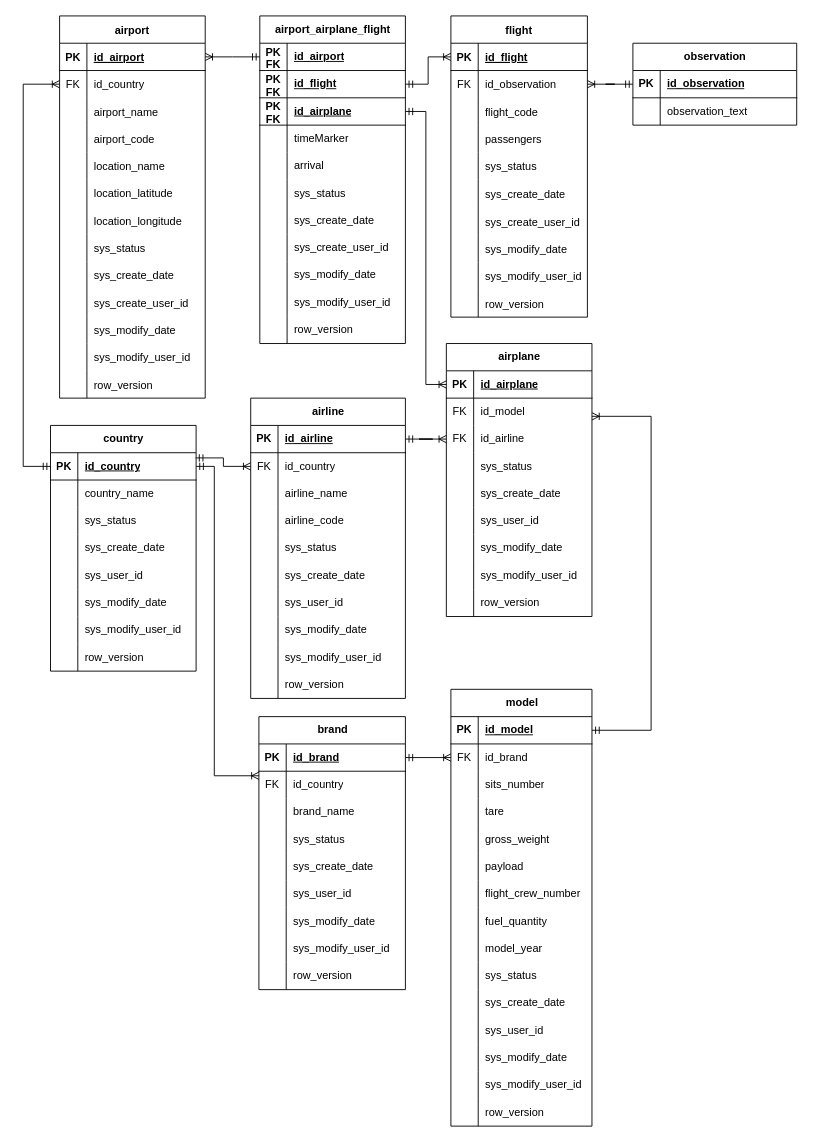
This is DER FlightRadar.drawio from DanielDuarte-Developer/ProjetoBDFlightRadar, a draw.io file, before an edit. Source tidied: cells renumbered, new cells numbered last; positions are measured from the earlier drawing's top-left corner, leaving out a move shared by most shapes. Both pictures are drawn from the tidied source at 91%, with x=0, y=0 at pixel (23, 15).
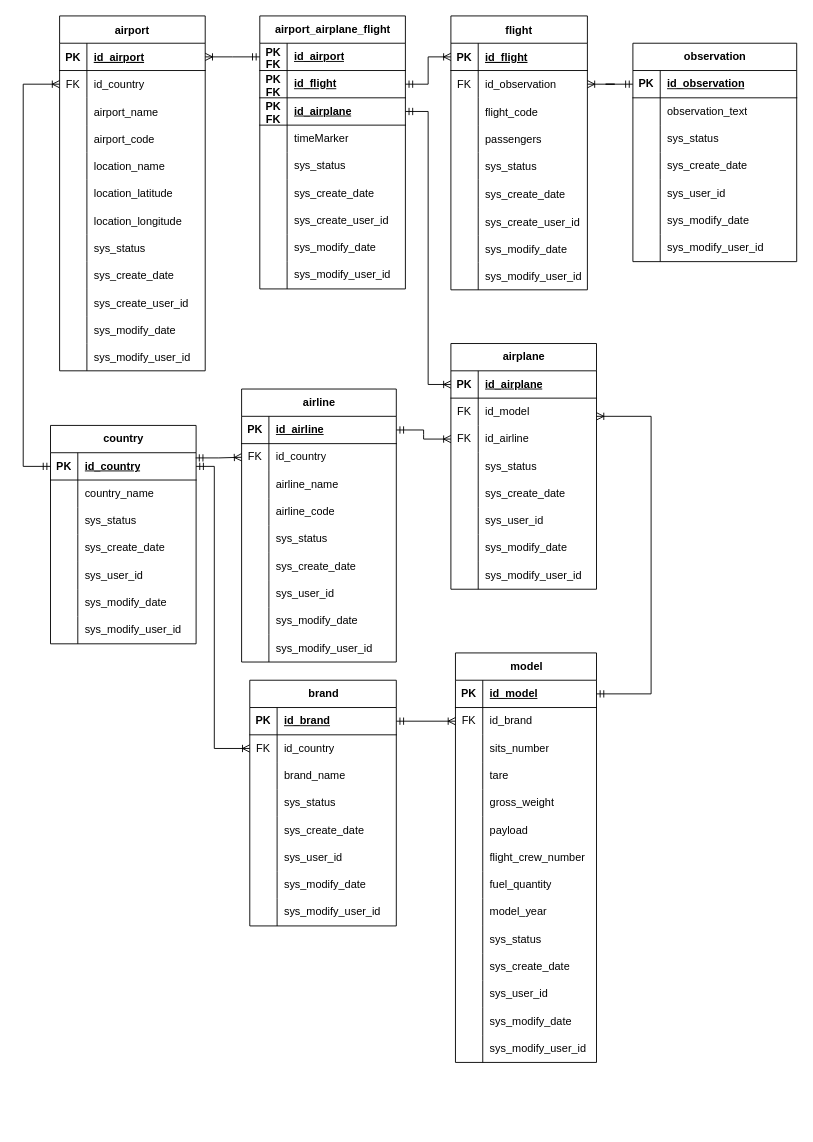
The same page after the edit.

Commit message:
Corrections to the ER Diagram

The change refers to these unchanged cells:
```xml
<mxCell id="108" style="shape=tableRow;horizontal=0;startSize=0;swimlaneHead=0;swimlaneBody=0;fillColor=none;points=[[0,0.5],[1,0.5]];portConstraint=eastwest;top=0;left=0;right=0;bottom=0;" parent="104" vertex="1">
  <mxGeometry y="60" width="160" height="30" as="geometry" />
</mxCell>
<mxCell id="133" style="shape=tableRow;horizontal=0;startSize=0;swimlaneHead=0;swimlaneBody=0;fillColor=none;points=[[0,0.5],[1,0.5]];portConstraint=eastwest;top=0;left=0;right=0;bottom=1;" parent="132" vertex="1">
  <mxGeometry y="30" width="160" height="30" as="geometry" />
</mxCell>
<mxCell id="158" style="shape=tableRow;horizontal=0;startSize=0;swimlaneHead=0;swimlaneBody=0;fillColor=none;points=[[0,0.5],[1,0.5]];portConstraint=eastwest;top=0;left=0;right=0;bottom=1;" parent="157" vertex="1">
  <mxGeometry y="30" width="155" height="30" as="geometry" />
</mxCell>
<mxCell id="207" style="shape=tableRow;horizontal=0;startSize=0;swimlaneHead=0;swimlaneBody=0;fillColor=none;points=[[0,0.5],[1,0.5]];portConstraint=eastwest;top=0;left=0;right=0;bottom=0;" parent="203" vertex="1">
  <mxGeometry y="60" width="161" height="30" as="geometry" />
</mxCell>
```

The edit, as a diff of the source:
```diff
@@
     <mxCell id="2" value="flight" style="shape=table;startSize=30;childLayout=tableLayout;rowLines=0;fontStyle=1;align=center;" parent="1" vertex="1">
-      <mxGeometry x="470" width="150" height="331" as="geometry" />
+      <mxGeometry x="470" width="150" height="301" as="geometry" />
     </mxCell>
@@
-    <mxCell id="30" style="shape=partialRectangle;fillColor=none;top=0;left=0;right=0;bottom=0;" parent="2" vertex="1">
-      <mxGeometry y="301" width="150" height="30" as="geometry" />
-    </mxCell>
-    <mxCell id="31" style="shape=partialRectangle;overflow=hidden;fillColor=none;top=0;left=0;bottom=0;right=0;" parent="30" vertex="1">
-      <mxGeometry width="30" height="30" as="geometry" />
-    </mxCell>
-    <mxCell id="32" value="row_version" style="shape=partialRectangle;overflow=hidden;fillColor=none;top=0;left=0;bottom=0;right=0;align=left;spacingLeft=6;" parent="30" vertex="1">
-      <mxGeometry x="30" width="120" height="30" as="geometry" />
-    </mxCell>
     <mxCell id="33" value="airport" style="shape=table;startSize=30;childLayout=tableLayout;rowLines=0;fontStyle=1;align=center;" parent="1" vertex="1">
-      <mxGeometry x="40" width="160" height="420" as="geometry" />
+      <mxGeometry x="40" width="160" height="390" as="geometry" />
     </mxCell>
@@
-    <mxCell id="70" style="shape=partialRectangle;fillColor=none;top=0;left=0;right=0;bottom=0;" parent="33" vertex="1">
-      <mxGeometry y="390" width="160" height="30" as="geometry" />
-    </mxCell>
-    <mxCell id="71" style="shape=partialRectangle;overflow=hidden;fillColor=none;top=0;left=0;bottom=0;right=0;" parent="70" vertex="1">
-      <mxGeometry width="30" height="30" as="geometry" />
-    </mxCell>
-    <mxCell id="72" value="row_version" style="shape=partialRectangle;overflow=hidden;fillColor=none;top=0;left=0;bottom=0;right=0;align=left;spacingLeft=6;" parent="70" vertex="1">
-      <mxGeometry x="30" width="130" height="30" as="geometry" />
-    </mxCell>
     <mxCell id="73" value="airline" style="shape=table;startSize=30;childLayout=tableLayout;rowLines=0;fontStyle=1;align=center;html=1;" parent="1" vertex="1">
-      <mxGeometry x="250" y="420" width="170" height="330" as="geometry" />
+      <mxGeometry x="240" y="410" width="170" height="300" as="geometry" />
     </mxCell>
@@
-    <mxCell id="101" style="shape=tableRow;horizontal=0;startSize=0;swimlaneHead=0;swimlaneBody=0;fillColor=none;top=0;left=0;right=0;bottom=0;" parent="73" vertex="1">
-      <mxGeometry y="300" width="170" height="30" as="geometry" />
-    </mxCell>
-    <mxCell id="102" style="shape=partialRectangle;fillColor=none;top=0;left=0;bottom=0;right=0;overflow=hidden;whiteSpace=wrap;html=1;" parent="101" vertex="1">
-      <mxGeometry width="30" height="30" as="geometry" />
-    </mxCell>
-    <mxCell id="103" value="row_version" style="shape=partialRectangle;fillColor=none;top=0;left=0;bottom=0;right=0;align=left;spacingLeft=6;overflow=hidden;whiteSpace=wrap;html=1;" parent="101" vertex="1">
-      <mxGeometry x="30" width="140" height="30" as="geometry" />
-    </mxCell>
     <mxCell id="104" value="airplane" style="shape=table;startSize=30;childLayout=tableLayout;rowLines=0;fontStyle=1;align=center;html=1;" parent="1" vertex="1">
-      <mxGeometry x="465" y="360" width="160" height="300" as="geometry" />
+      <mxGeometry x="470" y="360" width="160" height="270" as="geometry" />
     </mxCell>
@@
-    <mxCell id="129" style="shape=tableRow;horizontal=0;startSize=0;swimlaneHead=0;swimlaneBody=0;fillColor=none;top=0;left=0;right=0;bottom=0;" parent="104" vertex="1">
-      <mxGeometry y="270" width="160" height="30" as="geometry" />
-    </mxCell>
-    <mxCell id="130" style="shape=partialRectangle;fillColor=none;top=0;left=0;bottom=0;right=0;overflow=hidden;whiteSpace=wrap;html=1;" parent="129" vertex="1">
-      <mxGeometry width="30" height="30" as="geometry" />
-    </mxCell>
-    <mxCell id="131" value="row_version" style="shape=partialRectangle;fillColor=none;top=0;left=0;bottom=0;right=0;align=left;spacingLeft=6;overflow=hidden;whiteSpace=wrap;html=1;" parent="129" vertex="1">
-      <mxGeometry x="30" width="130" height="30" as="geometry" />
-    </mxCell>
     <mxCell id="132" value="country" style="shape=table;startSize=30;childLayout=tableLayout;rowLines=0;fontStyle=1;align=center;html=1;" parent="1" vertex="1">
-      <mxGeometry x="30" y="450" width="160" height="270" as="geometry" />
+      <mxGeometry x="30" y="450" width="160" height="240" as="geometry" />
     </mxCell>
@@
-    <mxCell id="154" style="shape=tableRow;horizontal=0;startSize=0;swimlaneHead=0;swimlaneBody=0;fillColor=none;top=0;left=0;right=0;bottom=0;" parent="132" vertex="1">
-      <mxGeometry y="240" width="160" height="30" as="geometry" />
-    </mxCell>
-    <mxCell id="155" style="shape=partialRectangle;fillColor=none;top=0;left=0;bottom=0;right=0;overflow=hidden;whiteSpace=wrap;html=1;" parent="154" vertex="1">
-      <mxGeometry width="30" height="30" as="geometry" />
-    </mxCell>
-    <mxCell id="156" value="row_version" style="shape=partialRectangle;fillColor=none;top=0;left=0;bottom=0;right=0;align=left;spacingLeft=6;overflow=hidden;whiteSpace=wrap;html=1;" parent="154" vertex="1">
-      <mxGeometry x="30" width="130" height="30" as="geometry" />
-    </mxCell>
     <mxCell id="157" value="model" style="shape=table;startSize=30;childLayout=tableLayout;rowLines=0;fontStyle=1;align=center;html=1;" parent="1" vertex="1">
-      <mxGeometry x="470" y="740" width="155" height="480" as="geometry" />
+      <mxGeometry x="475" y="700" width="155" height="450" as="geometry" />
     </mxCell>
@@
-    <mxCell id="200" style="shape=tableRow;horizontal=0;startSize=0;swimlaneHead=0;swimlaneBody=0;fillColor=none;top=0;left=0;right=0;bottom=0;" parent="157" vertex="1">
-      <mxGeometry y="450" width="155" height="30" as="geometry" />
-    </mxCell>
-    <mxCell id="201" style="shape=partialRectangle;fillColor=none;top=0;left=0;bottom=0;right=0;overflow=hidden;whiteSpace=wrap;html=1;" parent="200" vertex="1">
-      <mxGeometry width="30" height="30" as="geometry" />
-    </mxCell>
-    <mxCell id="202" value="row_version" style="shape=partialRectangle;fillColor=none;top=0;left=0;bottom=0;right=0;align=left;spacingLeft=6;overflow=hidden;whiteSpace=wrap;html=1;" parent="200" vertex="1">
-      <mxGeometry x="30" width="125" height="30" as="geometry" />
-    </mxCell>
     <mxCell id="203" value="brand" style="shape=table;startSize=30;childLayout=tableLayout;rowLines=0;fontStyle=1;align=center;html=1;" parent="1" vertex="1">
-      <mxGeometry x="259" y="770" width="161" height="300" as="geometry" />
+      <mxGeometry x="249" y="730" width="161" height="270" as="geometry" />
     </mxCell>
@@
-    <mxCell id="228" style="shape=tableRow;horizontal=0;startSize=0;swimlaneHead=0;swimlaneBody=0;fillColor=none;top=0;left=0;right=0;bottom=0;" parent="203" vertex="1">
-      <mxGeometry y="270" width="161" height="30" as="geometry" />
-    </mxCell>
-    <mxCell id="229" style="shape=partialRectangle;fillColor=none;top=0;left=0;bottom=0;right=0;overflow=hidden;whiteSpace=wrap;html=1;" parent="228" vertex="1">
-      <mxGeometry width="30" height="30" as="geometry" />
-    </mxCell>
-    <mxCell id="230" value="row_version" style="shape=partialRectangle;fillColor=none;top=0;left=0;bottom=0;right=0;align=left;spacingLeft=6;overflow=hidden;whiteSpace=wrap;html=1;" parent="228" vertex="1">
-      <mxGeometry x="30" width="131" height="30" as="geometry" />
-    </mxCell>
     <mxCell id="231" value="airport_airplane_flight" style="shape=table;startSize=30;childLayout=tableLayout;rowLines=0;fontStyle=1;align=center;html=1;" parent="1" vertex="1">
-      <mxGeometry x="260" width="160" height="360" as="geometry" />
+      <mxGeometry x="260" width="160" height="300" as="geometry" />
     </mxCell>
@@
-    <mxCell id="244" style="shape=tableRow;horizontal=0;startSize=0;swimlaneHead=0;swimlaneBody=0;fillColor=none;top=0;left=0;right=0;bottom=0;" parent="231" vertex="1">
-      <mxGeometry y="150" width="160" height="30" as="geometry" />
-    </mxCell>
-    <mxCell id="245" style="shape=partialRectangle;fillColor=none;top=0;left=0;bottom=0;right=0;overflow=hidden;whiteSpace=wrap;html=1;" parent="244" vertex="1">
-      <mxGeometry width="30" height="30" as="geometry" />
-    </mxCell>
-    <mxCell id="246" value="arrival" style="shape=partialRectangle;fillColor=none;top=0;left=0;bottom=0;right=0;align=left;spacingLeft=6;overflow=hidden;whiteSpace=wrap;html=1;" parent="244" vertex="1">
-      <mxGeometry x="30" width="130" height="30" as="geometry" />
-    </mxCell>
     <mxCell id="247" style="shape=tableRow;horizontal=0;startSize=0;swimlaneHead=0;swimlaneBody=0;fillColor=none;top=0;left=0;right=0;bottom=0;" parent="231" vertex="1">
-      <mxGeometry y="180" width="160" height="30" as="geometry" />
+      <mxGeometry y="150" width="160" height="30" as="geometry" />
     </mxCell>
@@
     <mxCell id="250" style="shape=tableRow;horizontal=0;startSize=0;swimlaneHead=0;swimlaneBody=0;fillColor=none;top=0;left=0;right=0;bottom=0;" parent="231" vertex="1">
-      <mxGeometry y="210" width="160" height="30" as="geometry" />
+      <mxGeometry y="180" width="160" height="30" as="geometry" />
     </mxCell>
@@
     <mxCell id="253" style="shape=tableRow;horizontal=0;startSize=0;swimlaneHead=0;swimlaneBody=0;fillColor=none;top=0;left=0;right=0;bottom=0;" parent="231" vertex="1">
-      <mxGeometry y="240" width="160" height="30" as="geometry" />
+      <mxGeometry y="210" width="160" height="30" as="geometry" />
     </mxCell>
@@
     <mxCell id="256" style="shape=tableRow;horizontal=0;startSize=0;swimlaneHead=0;swimlaneBody=0;fillColor=none;top=0;left=0;right=0;bottom=0;" parent="231" vertex="1">
-      <mxGeometry y="270" width="160" height="30" as="geometry" />
+      <mxGeometry y="240" width="160" height="30" as="geometry" />
     </mxCell>
@@
     <mxCell id="259" style="shape=tableRow;horizontal=0;startSize=0;swimlaneHead=0;swimlaneBody=0;fillColor=none;top=0;left=0;right=0;bottom=0;" parent="231" vertex="1">
-      <mxGeometry y="300" width="160" height="30" as="geometry" />
+      <mxGeometry y="270" width="160" height="30" as="geometry" />
     </mxCell>
@@
-    <mxCell id="262" style="shape=tableRow;horizontal=0;startSize=0;swimlaneHead=0;swimlaneBody=0;fillColor=none;top=0;left=0;right=0;bottom=0;" parent="231" vertex="1">
-      <mxGeometry y="330" width="160" height="30" as="geometry" />
-    </mxCell>
-    <mxCell id="263" style="shape=partialRectangle;fillColor=none;top=0;left=0;bottom=0;right=0;overflow=hidden;whiteSpace=wrap;html=1;" parent="262" vertex="1">
-      <mxGeometry width="30" height="30" as="geometry" />
-    </mxCell>
-    <mxCell id="264" value="row_version" style="shape=partialRectangle;fillColor=none;top=0;left=0;bottom=0;right=0;align=left;spacingLeft=6;overflow=hidden;whiteSpace=wrap;html=1;" parent="262" vertex="1">
-      <mxGeometry x="30" width="130" height="30" as="geometry" />
-    </mxCell>
@@
     <mxCell id="270" style="fontSize=12;html=1;endArrow=ERoneToMany;startArrow=ERmandOne;rounded=0;edgeStyle=orthogonalEdgeStyle;" parent="1" edge="1" source="158" target="108">
       <mxGeometry relative="1" as="geometry">
         <Array as="points">
-          <mxPoint x="690" y="785" />
+          <mxPoint x="690" y="745" />
           <mxPoint x="690" y="440" />
         </Array>
       </mxGeometry>
     </mxCell>
     <mxCell id="271" style="edgeStyle=orthogonalEdgeStyle;fontSize=12;html=1;endArrow=ERoneToMany;startArrow=ERmandOne;rounded=0;" parent="1" edge="1" source="133" target="207">
       <mxGeometry relative="1" as="geometry">
         <Array as="points">
           <mxPoint x="210" y="495" />
-          <mxPoint x="210" y="835" />
+          <mxPoint x="210" y="805" />
         </Array>
       </mxGeometry>
     </mxCell>
@@
     <mxCell id="274" value="observation" style="shape=table;startSize=30;childLayout=tableLayout;rowLines=0;fontStyle=1;align=center;html=1;" parent="1" vertex="1">
-      <mxGeometry x="670" y="30" width="180" height="90" as="geometry" />
+      <mxGeometry x="670" y="30" width="180" height="240" as="geometry" />
     </mxCell>
@@
+    <mxCell id="282" style="shape=tableRow;horizontal=0;startSize=0;swimlaneHead=0;swimlaneBody=0;fillColor=none;top=0;left=0;right=0;bottom=0;" parent="274" vertex="1">
+      <mxGeometry y="90" width="180" height="30" as="geometry" />
+    </mxCell>
+    <mxCell id="283" style="shape=partialRectangle;fillColor=none;top=0;left=0;bottom=0;right=0;overflow=hidden;whiteSpace=wrap;html=1;" parent="282" vertex="1">
+      <mxGeometry width="30" height="30" as="geometry" />
+    </mxCell>
+    <mxCell id="284" value="sys_status" style="shape=partialRectangle;fillColor=none;top=0;left=0;bottom=0;right=0;align=left;spacingLeft=6;overflow=hidden;whiteSpace=wrap;html=1;" parent="282" vertex="1">
+      <mxGeometry x="30" width="150" height="30" as="geometry" />
+    </mxCell>
+    <mxCell id="285" style="shape=tableRow;horizontal=0;startSize=0;swimlaneHead=0;swimlaneBody=0;fillColor=none;top=0;left=0;right=0;bottom=0;" parent="274" vertex="1">
+      <mxGeometry y="120" width="180" height="30" as="geometry" />
+    </mxCell>
+    <mxCell id="286" style="shape=partialRectangle;fillColor=none;top=0;left=0;bottom=0;right=0;overflow=hidden;whiteSpace=wrap;html=1;" parent="285" vertex="1">
+      <mxGeometry width="30" height="30" as="geometry" />
+    </mxCell>
+    <mxCell id="287" value="sys_create_date" style="shape=partialRectangle;fillColor=none;top=0;left=0;bottom=0;right=0;align=left;spacingLeft=6;overflow=hidden;whiteSpace=wrap;html=1;" parent="285" vertex="1">
+      <mxGeometry x="30" width="150" height="30" as="geometry" />
+    </mxCell>
+    <mxCell id="288" style="shape=tableRow;horizontal=0;startSize=0;swimlaneHead=0;swimlaneBody=0;fillColor=none;top=0;left=0;right=0;bottom=0;" parent="274" vertex="1">
+      <mxGeometry y="150" width="180" height="30" as="geometry" />
+    </mxCell>
+    <mxCell id="289" style="shape=partialRectangle;fillColor=none;top=0;left=0;bottom=0;right=0;overflow=hidden;whiteSpace=wrap;html=1;" parent="288" vertex="1">
+      <mxGeometry width="30" height="30" as="geometry" />
+    </mxCell>
+    <mxCell id="290" value="sys_user_id" style="shape=partialRectangle;fillColor=none;top=0;left=0;bottom=0;right=0;align=left;spacingLeft=6;overflow=hidden;whiteSpace=wrap;html=1;" parent="288" vertex="1">
+      <mxGeometry x="30" width="150" height="30" as="geometry" />
+    </mxCell>
+    <mxCell id="291" style="shape=tableRow;horizontal=0;startSize=0;swimlaneHead=0;swimlaneBody=0;fillColor=none;top=0;left=0;right=0;bottom=0;" parent="274" vertex="1">
+      <mxGeometry y="180" width="180" height="30" as="geometry" />
+    </mxCell>
+    <mxCell id="292" style="shape=partialRectangle;fillColor=none;top=0;left=0;bottom=0;right=0;overflow=hidden;whiteSpace=wrap;html=1;" parent="291" vertex="1">
+      <mxGeometry width="30" height="30" as="geometry" />
+    </mxCell>
+    <mxCell id="293" value="sys_modify_date" style="shape=partialRectangle;fillColor=none;top=0;left=0;bottom=0;right=0;align=left;spacingLeft=6;overflow=hidden;whiteSpace=wrap;html=1;" parent="291" vertex="1">
+      <mxGeometry x="30" width="150" height="30" as="geometry" />
+    </mxCell>
+    <mxCell id="294" style="shape=tableRow;horizontal=0;startSize=0;swimlaneHead=0;swimlaneBody=0;fillColor=none;top=0;left=0;right=0;bottom=0;" parent="274" vertex="1">
+      <mxGeometry y="210" width="180" height="30" as="geometry" />
+    </mxCell>
+    <mxCell id="295" style="shape=partialRectangle;fillColor=none;top=0;left=0;bottom=0;right=0;overflow=hidden;whiteSpace=wrap;html=1;" parent="294" vertex="1">
+      <mxGeometry width="30" height="30" as="geometry" />
+    </mxCell>
+    <mxCell id="296" value="sys_modify_user_id" style="shape=partialRectangle;fillColor=none;top=0;left=0;bottom=0;right=0;align=left;spacingLeft=6;overflow=hidden;whiteSpace=wrap;html=1;" parent="294" vertex="1">
+      <mxGeometry x="30" width="150" height="30" as="geometry" />
+    </mxCell>
```
